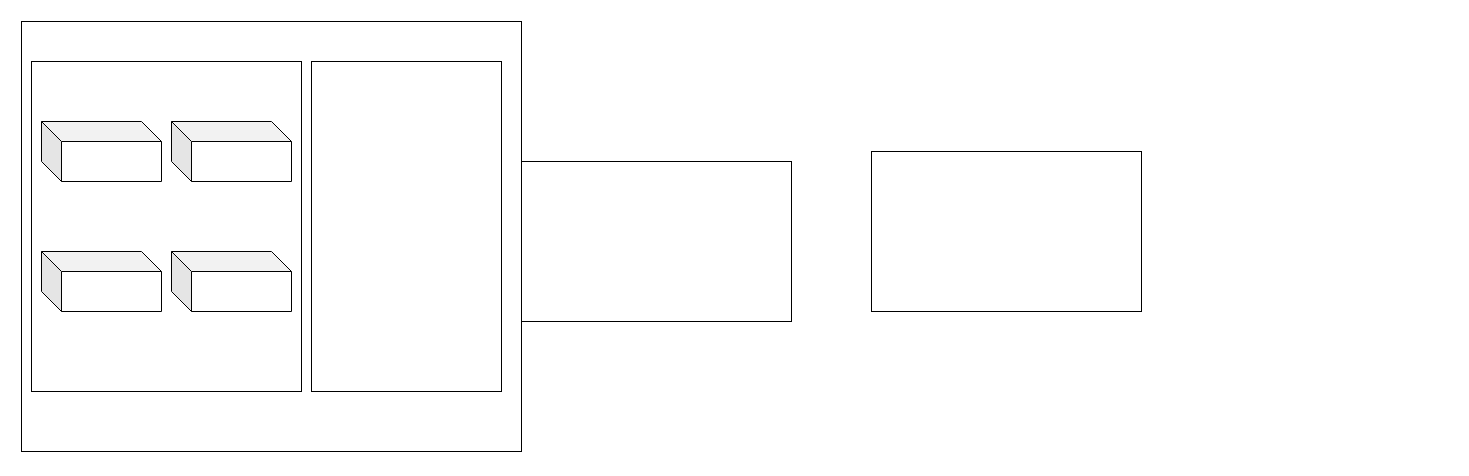
Before: Untitled Diagram.drawio in Sayan-1999-svg/Sayan-1999-svg, a draw.io diagram. Source tidied: cells renumbered, new cells numbered last; positions are measured from the earlier drawing's top-left corner, leaving out a move shared by most shapes. Both pictures are drawn from the tidied source at 100%, with x=0, y=0 at pixel (21, 21).
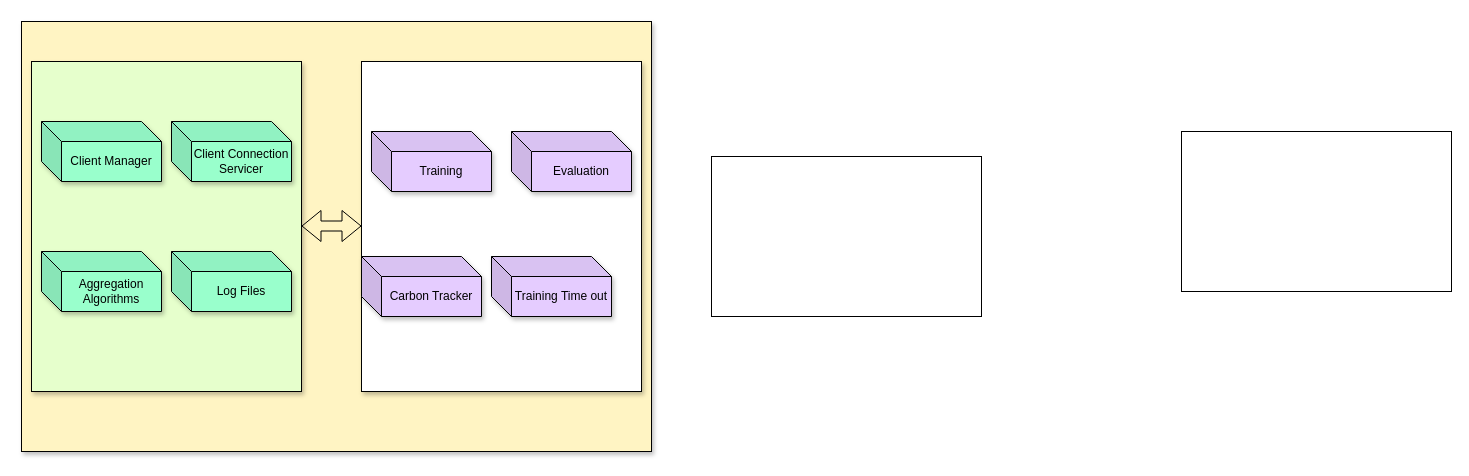
The same diagram, later.

Diff of the diagram source:
```diff
@@
 <mxGraphModel>
   <root>
     <mxCell id="0" />
     <mxCell id="1" parent="0" />
-    <mxCell id="2" style="rounded=0;whiteSpace=wrap;html=1;" parent="1" vertex="1">
-      <mxGeometry width="500" height="430" as="geometry" />
+    <mxCell id="2" style="rounded=0;whiteSpace=wrap;html=1;fillColor=#FFF4C3;shadow=1;" parent="1" vertex="1">
+      <mxGeometry width="630" height="430" as="geometry" />
     </mxCell>
     <mxCell id="3" style="rounded=0;whiteSpace=wrap;html=1;" parent="1" vertex="1">
-      <mxGeometry x="500" y="140" width="270" height="160" as="geometry" />
+      <mxGeometry x="690" y="135" width="270" height="160" as="geometry" />
     </mxCell>
     <mxCell id="4" style="rounded=0;whiteSpace=wrap;html=1;" parent="1" vertex="1">
-      <mxGeometry x="850" y="130" width="270" height="160" as="geometry" />
+      <mxGeometry x="1160" y="110" width="270" height="160" as="geometry" />
     </mxCell>
-    <mxCell id="5" style="rounded=0;whiteSpace=wrap;html=1;" parent="1" vertex="1">
+    <mxCell id="5" style="rounded=0;whiteSpace=wrap;html=1;fillColor=#E6FFCC;shadow=1;" parent="1" vertex="1">
       <mxGeometry x="10" y="40" width="270" height="330" as="geometry" />
     </mxCell>
-    <mxCell id="6" style="rounded=0;whiteSpace=wrap;html=1;" parent="1" vertex="1">
-      <mxGeometry x="290" y="40" width="190" height="330" as="geometry" />
-    </mxCell>
-    <mxCell id="7" style="shape=cube;whiteSpace=wrap;html=1;boundedLbl=1;backgroundOutline=1;darkOpacity=0.05;darkOpacity2=0.1;direction=east;" parent="1" vertex="1">
+    <mxCell id="7" value="Client Manager" style="shape=cube;whiteSpace=wrap;html=1;boundedLbl=1;backgroundOutline=1;darkOpacity=0.05;darkOpacity2=0.1;direction=east;fillColor=#99FFCC;shadow=1;" parent="1" vertex="1">
       <mxGeometry x="20" y="100" width="120" height="60" as="geometry" />
     </mxCell>
-    <mxCell id="8" style="shape=cube;whiteSpace=wrap;html=1;boundedLbl=1;backgroundOutline=1;darkOpacity=0.05;darkOpacity2=0.1;direction=east;" parent="1" vertex="1">
+    <mxCell id="8" value="&lt;div&gt;Aggregation&lt;/div&gt;&lt;div&gt;Algorithms&lt;br&gt;&lt;/div&gt;" style="shape=cube;whiteSpace=wrap;html=1;boundedLbl=1;backgroundOutline=1;darkOpacity=0.05;darkOpacity2=0.1;direction=east;fillColor=#99FFCC;shadow=1;" parent="1" vertex="1">
       <mxGeometry x="20" y="230" width="120" height="60" as="geometry" />
     </mxCell>
-    <mxCell id="9" style="shape=cube;whiteSpace=wrap;html=1;boundedLbl=1;backgroundOutline=1;darkOpacity=0.05;darkOpacity2=0.1;direction=east;" parent="1" vertex="1">
+    <mxCell id="9" value="&lt;div&gt;Client Connection &lt;br&gt;&lt;/div&gt;&lt;div&gt;Servicer&lt;br&gt;&lt;/div&gt;" style="shape=cube;whiteSpace=wrap;html=1;boundedLbl=1;backgroundOutline=1;darkOpacity=0.05;darkOpacity2=0.1;direction=east;fillColor=#99FFCC;shadow=1;" parent="1" vertex="1">
       <mxGeometry x="150" y="100" width="120" height="60" as="geometry" />
     </mxCell>
-    <mxCell id="10" style="shape=cube;whiteSpace=wrap;html=1;boundedLbl=1;backgroundOutline=1;darkOpacity=0.05;darkOpacity2=0.1;direction=east;" parent="1" vertex="1">
+    <mxCell id="10" value="Log Files" style="shape=cube;whiteSpace=wrap;html=1;boundedLbl=1;backgroundOutline=1;darkOpacity=0.05;darkOpacity2=0.1;direction=east;fillColor=#99FFCC;shadow=1;" parent="1" vertex="1">
       <mxGeometry x="150" y="230" width="120" height="60" as="geometry" />
     </mxCell>
+    <mxCell id="11" style="rounded=0;whiteSpace=wrap;html=1;shadow=1;" parent="1" vertex="1">
+      <mxGeometry x="340" y="40" width="280" height="330" as="geometry" />
+    </mxCell>
+    <mxCell id="12" value="Training " style="shape=cube;whiteSpace=wrap;html=1;boundedLbl=1;backgroundOutline=1;darkOpacity=0.05;darkOpacity2=0.1;direction=east;fillColor=#E5CCFF;shadow=1;" parent="1" vertex="1">
+      <mxGeometry x="350" y="110" width="120" height="60" as="geometry" />
+    </mxCell>
+    <mxCell id="13" value="Evaluation" style="shape=cube;whiteSpace=wrap;html=1;boundedLbl=1;backgroundOutline=1;darkOpacity=0.05;darkOpacity2=0.1;direction=east;fillColor=#E5CCFF;shadow=1;" parent="1" vertex="1">
+      <mxGeometry x="490" y="110" width="120" height="60" as="geometry" />
+    </mxCell>
+    <mxCell id="14" value="Training Time out" style="shape=cube;whiteSpace=wrap;html=1;boundedLbl=1;backgroundOutline=1;darkOpacity=0.05;darkOpacity2=0.1;direction=east;fillColor=#E5CCFF;shadow=1;" parent="1" vertex="1">
+      <mxGeometry x="470" y="235" width="120" height="60" as="geometry" />
+    </mxCell>
+    <mxCell id="15" value="Carbon Tracker" style="shape=cube;whiteSpace=wrap;html=1;boundedLbl=1;backgroundOutline=1;darkOpacity=0.05;darkOpacity2=0.1;direction=east;fillColor=#E5CCFF;shadow=1;" parent="1" vertex="1">
+      <mxGeometry x="340" y="235" width="120" height="60" as="geometry" />
+    </mxCell>
+    <mxCell id="16" style="shape=flexArrow;endArrow=classic;startArrow=classic;html=1;rounded=0;" parent="1" edge="1">
+      <mxGeometry relative="1" as="geometry">
+        <mxPoint x="280" y="204.5" as="sourcePoint" />
+        <mxPoint x="340" y="204.5" as="targetPoint" />
+      </mxGeometry>
+    </mxCell>
   </root>
 </mxGraphModel>
```
